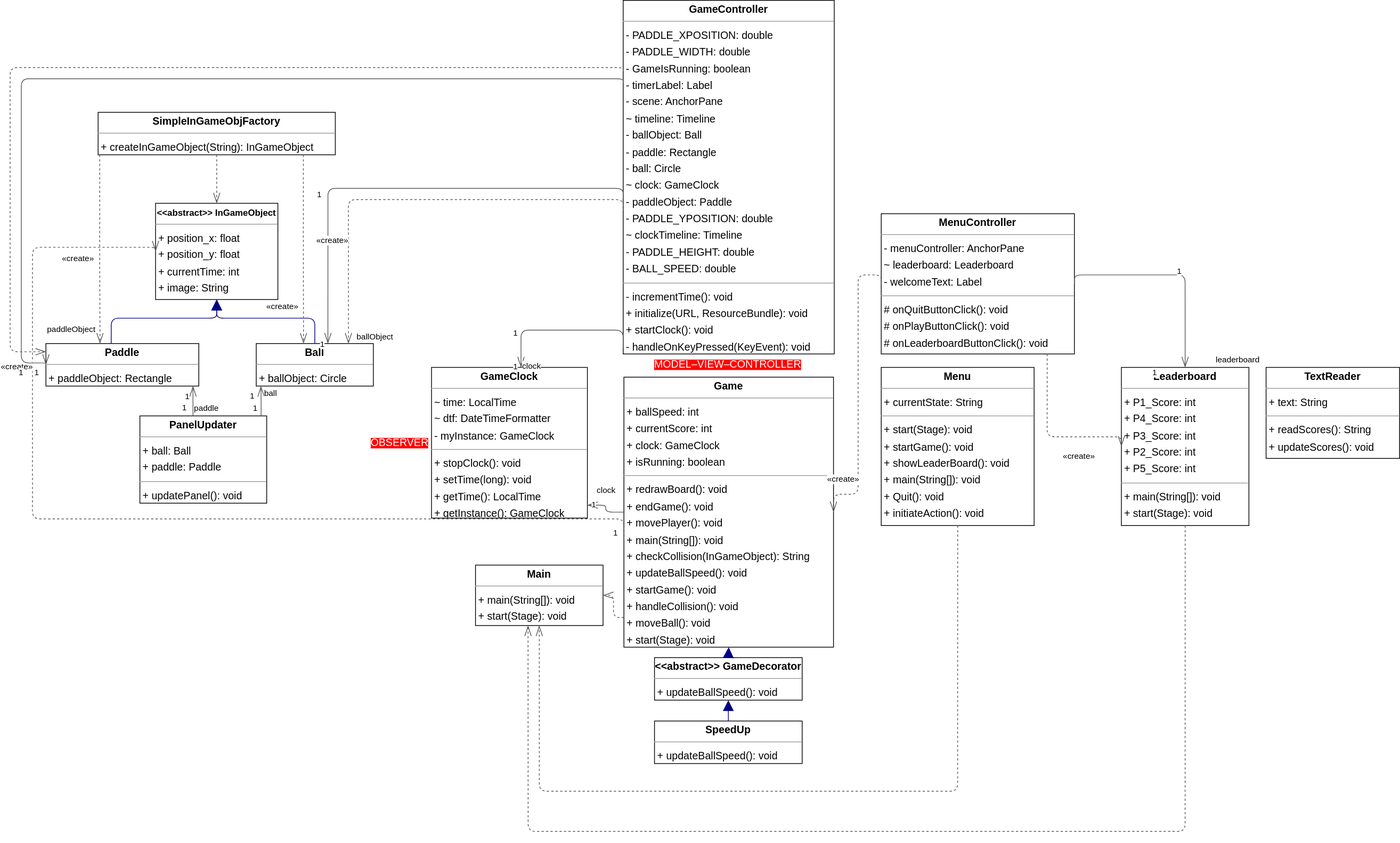
The draw.io diagram CSCI5448_Proj6_ClassDiagram.drawio.svg in ivanegam/PongWithMe, before a commit. Source tidied: cells renumbered, new cells last; positions are measured from the earlier drawing's top-left corner, leaving out a move shared by most shapes.
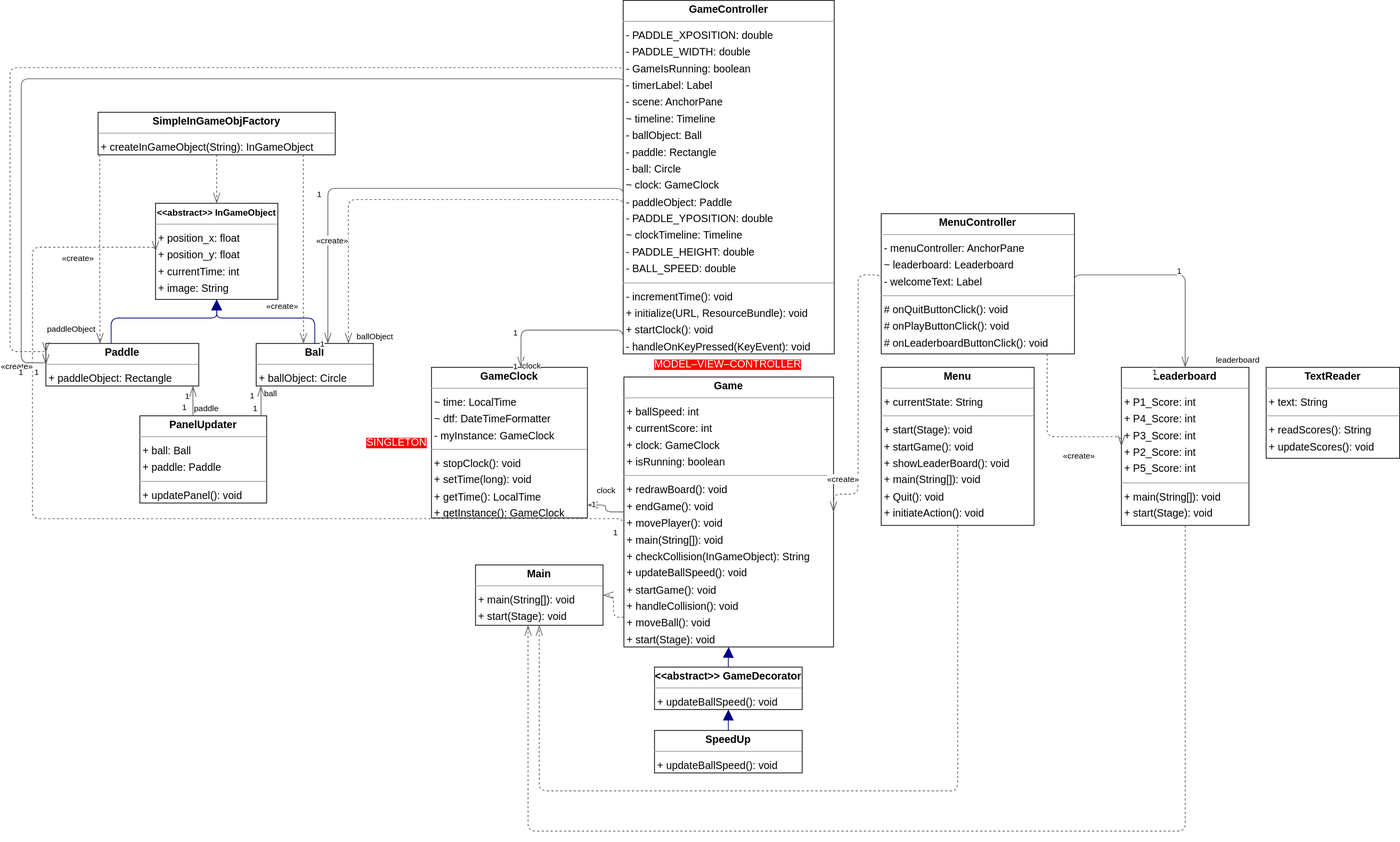
After the change.

What changed in the source:
```diff
@@ -15,7 +15,7 @@
       <mxGeometry x="836" width="283" height="474" as="geometry" />
     </mxCell>
     <mxCell id="6" value="&lt;p style=&quot;margin:0px;margin-top:4px;text-align:center;&quot;&gt;&lt;b&gt;&amp;lt;&amp;lt;abstract&amp;gt;&amp;gt; GameDecorator&lt;/b&gt;&lt;/p&gt;&lt;hr size=&quot;1&quot;&gt;&lt;p style=&quot;margin:0 0 0 4px;line-height:1.6;&quot;&gt;+ updateBallSpeed(): void&lt;/p&gt;" style="verticalAlign=top;align=left;overflow=fill;fontSize=14;fontFamily=Helvetica;html=1;rounded=0;shadow=0;comic=0;labelBackgroundColor=none;strokeWidth=1;" parent="1" vertex="1">
-      <mxGeometry x="878" y="881" width="198" height="57" as="geometry" />
+      <mxGeometry x="878" y="894" width="198" height="57" as="geometry" />
     </mxCell>
     <mxCell id="7" value="&lt;p style=&quot;margin:0px;margin-top:4px;text-align:center;&quot;&gt;&lt;b&gt;&lt;font style=&quot;font-size: 12px;&quot;&gt;&amp;lt;&amp;lt;abstract&amp;gt;&amp;gt; InGameObject&lt;/font&gt;&lt;/b&gt;&lt;/p&gt;&lt;hr size=&quot;1&quot;&gt;&lt;p style=&quot;margin:0 0 0 4px;line-height:1.6;&quot;&gt;+ position_x: float&lt;br&gt;+ position_y: float&lt;br&gt;+ currentTime: int&lt;br&gt;+ image: String&lt;/p&gt;" style="verticalAlign=top;align=left;overflow=fill;fontSize=14;fontFamily=Helvetica;html=1;rounded=0;shadow=0;comic=0;labelBackgroundColor=none;strokeWidth=1;" parent="1" vertex="1">
       <mxGeometry x="209" y="272" width="164" height="129" as="geometry" />
@@ -42,7 +42,7 @@
       <mxGeometry x="132" y="150" width="318" height="57" as="geometry" />
     </mxCell>
     <mxCell id="15" value="&lt;p style=&quot;margin:0px;margin-top:4px;text-align:center;&quot;&gt;&lt;b&gt;SpeedUp&lt;/b&gt;&lt;/p&gt;&lt;hr size=&quot;1&quot;/&gt;&lt;p style=&quot;margin:0 0 0 4px;line-height:1.6;&quot;&gt;+ updateBallSpeed(): void&lt;/p&gt;" style="verticalAlign=top;align=left;overflow=fill;fontSize=14;fontFamily=Helvetica;html=1;rounded=0;shadow=0;comic=0;labelBackgroundColor=none;strokeWidth=1;" parent="1" vertex="1">
-      <mxGeometry x="878" y="966" width="198" height="57" as="geometry" />
+      <mxGeometry x="878" y="979" width="198" height="57" as="geometry" />
     </mxCell>
     <mxCell id="16" value="&lt;p style=&quot;margin:0px;margin-top:4px;text-align:center;&quot;&gt;&lt;b&gt;TextReader&lt;/b&gt;&lt;/p&gt;&lt;hr size=&quot;1&quot;/&gt;&lt;p style=&quot;margin:0 0 0 4px;line-height:1.6;&quot;&gt;+ text: String&lt;/p&gt;&lt;hr size=&quot;1&quot;/&gt;&lt;p style=&quot;margin:0 0 0 4px;line-height:1.6;&quot;&gt;+ readScores(): String&lt;br/&gt;+ updateScores(): void&lt;/p&gt;" style="verticalAlign=top;align=left;overflow=fill;fontSize=14;fontFamily=Helvetica;html=1;rounded=0;shadow=0;comic=0;labelBackgroundColor=none;strokeWidth=1;" parent="1" vertex="1">
       <mxGeometry x="1698" y="492" width="179" height="122" as="geometry" />
@@ -254,8 +254,8 @@
     <mxCell id="65" style="html=1;rounded=1;edgeStyle=orthogonalEdgeStyle;dashed=0;startArrow=none;endArrow=block;endSize=12;strokeColor=#000082;exitX=0.500;exitY=0.001;exitDx=0;exitDy=0;entryX=0.500;entryY=1.001;entryDx=0;entryDy=0;" parent="1" edge="1" source="15" target="6">
       <mxGeometry relative="1" as="geometry" />
     </mxCell>
-    <mxCell id="66" value="&lt;span style=&quot;background-color: rgb(255, 0, 0);&quot;&gt;&lt;font style=&quot;font-size: 14px;&quot; color=&quot;#ffffff&quot;&gt;OBSERVER&lt;/font&gt;&lt;/span&gt;" style="text;html=1;align=center;verticalAlign=middle;strokeColor=none;fillColor=none;fontSize=12;" parent="1" vertex="1">
-      <mxGeometry x="486" y="578" width="100" height="30" as="geometry" />
+    <mxCell id="66" value="&lt;span style=&quot;background-color: rgb(255, 0, 0);&quot;&gt;&lt;font style=&quot;font-size: 14px;&quot; color=&quot;#ffffff&quot;&gt;SINGLETON&lt;/font&gt;&lt;/span&gt;" style="text;html=1;align=center;verticalAlign=middle;strokeColor=none;fillColor=none;fontSize=12;" parent="1" vertex="1">
+      <mxGeometry x="482" y="578" width="100" height="30" as="geometry" />
     </mxCell>
     <mxCell id="67" value="&lt;span style=&quot;background-color: rgb(255, 0, 0);&quot;&gt;&lt;font style=&quot;font-size: 14px;&quot; color=&quot;#ffffff&quot;&gt;MODEL–VIEW–CONTROLLER&lt;/font&gt;&lt;/span&gt;" style="text;html=1;align=center;verticalAlign=middle;strokeColor=none;fillColor=none;fontSize=12;" parent="1" vertex="1">
       <mxGeometry x="866" y="473" width="220" height="30" as="geometry" />
```
